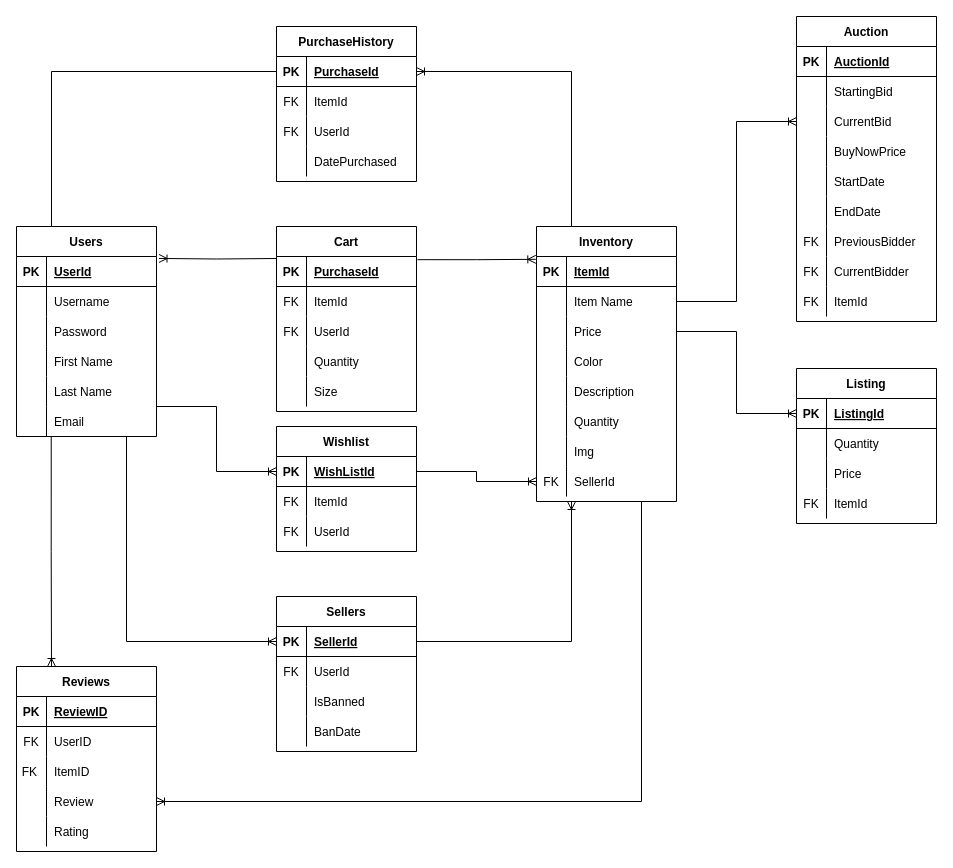
Before: Deliverable 2/Shufflewear.drawio in AlvinAlagos/E-CommerceProject, a draw.io diagram. Source tidied: cells renumbered, new cells numbered last; positions are measured from the earlier drawing's top-left corner, leaving out a move shared by most shapes. Both pictures are drawn from the tidied source at 100%, with x=0, y=0 at pixel (16, 16).
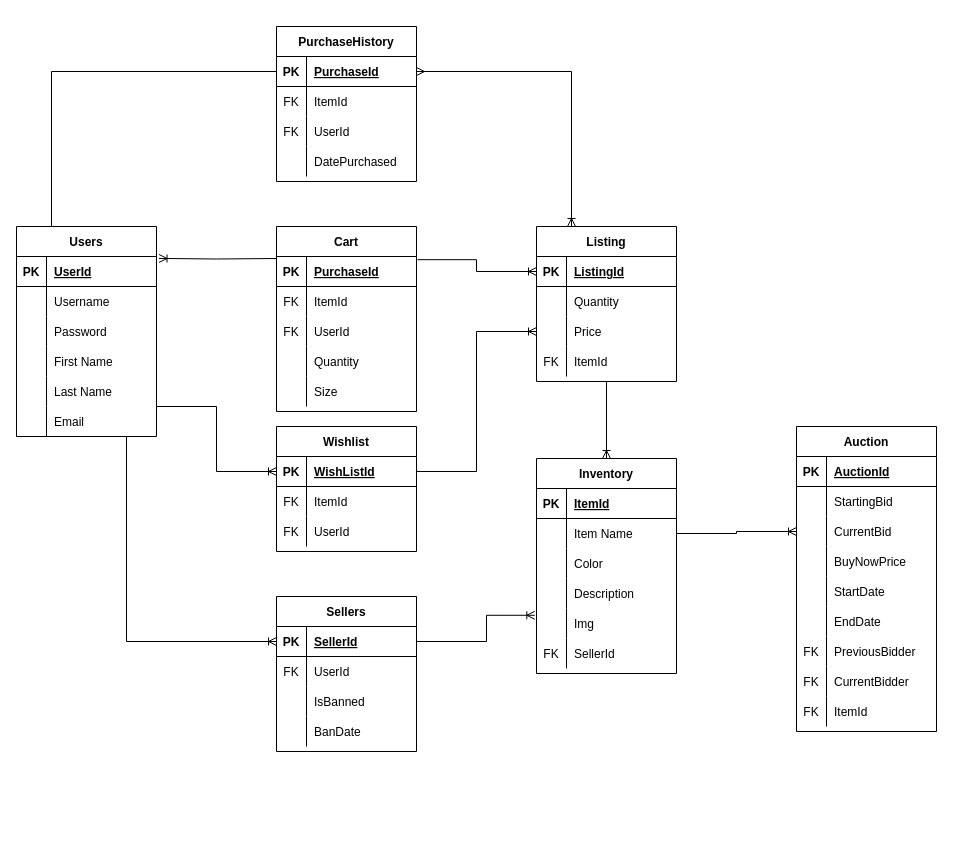
Above is the later version.

Unchanged cells that the change refers to:
```xml
<mxCell id="3" style="shape=partialRectangle;fillColor=none;points=[[0,0.5],[1,0.5]];portConstraint=eastwest;top=0;left=0;right=0;bottom=1;" parent="2" vertex="1">
  <mxGeometry y="30" width="140" height="30" as="geometry" />
</mxCell>
<mxCell id="17" style="shape=partialRectangle;fillColor=none;points=[[0,0.5],[1,0.5]];portConstraint=eastwest;top=0;left=0;right=0;bottom=1;" parent="16" vertex="1">
  <mxGeometry y="30" width="140" height="30" as="geometry" />
</mxCell>
<mxCell id="57" style="shape=partialRectangle;fillColor=none;points=[[0,0.5],[1,0.5]];portConstraint=eastwest;top=0;left=0;right=0;bottom=0;" parent="41" vertex="1">
  <mxGeometry y="180" width="140" height="30" as="geometry" />
</mxCell>
<mxCell id="63" style="shape=partialRectangle;fillColor=none;points=[[0,0.5],[1,0.5]];portConstraint=eastwest;top=0;left=0;right=0;bottom=1;" parent="62" vertex="1">
  <mxGeometry y="30" width="140" height="30" as="geometry" />
</mxCell>
<mxCell id="128" style="shape=partialRectangle;fillColor=none;points=[[0,0.5],[1,0.5]];portConstraint=eastwest;top=0;left=0;right=0;bottom=1;" parent="127" vertex="1">
  <mxGeometry y="30" width="140" height="30" as="geometry" />
</mxCell>
<mxCell id="138" style="shape=partialRectangle;fillColor=none;points=[[0,0.5],[1,0.5]];portConstraint=eastwest;top=0;left=0;right=0;bottom=1;" parent="137" vertex="1">
  <mxGeometry y="30" width="140" height="30" as="geometry" />
</mxCell>
<mxCell id="154" style="shape=partialRectangle;fillColor=none;points=[[0,0.5],[1,0.5]];portConstraint=eastwest;top=0;left=0;right=0;bottom=1;" parent="153" vertex="1">
  <mxGeometry y="30" width="140" height="30" as="geometry" />
</mxCell>
<mxCell id="160" style="shape=partialRectangle;fillColor=none;points=[[0,0.5],[1,0.5]];portConstraint=eastwest;top=0;left=0;right=0;bottom=0;" parent="153" vertex="1">
  <mxGeometry y="90" width="140" height="30" as="geometry" />
</mxCell>
```

Diff of the diagram source:
```diff
@@
-    <mxCell id="15" style="edgeStyle=orthogonalEdgeStyle;rounded=0;jettySize=auto;html=1;startArrow=none;startFill=0;endArrow=ERoneToMany;endFill=0;entryX=1;entryY=0.5;entryDx=0;entryDy=0;exitX=0.25;exitY=0;exitDx=0;exitDy=0;" parent="1" edge="1" source="16" target="138">
+    <mxCell id="15" style="edgeStyle=orthogonalEdgeStyle;rounded=0;jettySize=auto;html=1;startArrow=ERoneToMany;startFill=0;endArrow=ERmany;endFill=0;entryX=1;entryY=0.5;entryDx=0;entryDy=0;exitX=0.25;exitY=0;exitDx=0;exitDy=0;" parent="1" edge="1" source="153" target="138">
       <mxGeometry relative="1" as="geometry" />
     </mxCell>
     <mxCell id="16" value="Inventory" style="shape=table;startSize=30;childLayout=tableLayout;rowLines=0;fontStyle=1;align=center;" parent="1" vertex="1">
-      <mxGeometry x="520" y="210" width="140" height="275" as="geometry" />
+      <mxGeometry x="520" y="442" width="140" height="215" as="geometry" />
     </mxCell>
@@
-    <mxCell id="23" style="shape=partialRectangle;fillColor=none;points=[[0,0.5],[1,0.5]];portConstraint=eastwest;top=0;left=0;right=0;bottom=0;" parent="16" vertex="1">
-      <mxGeometry y="90" width="140" height="30" as="geometry" />
-    </mxCell>
-    <mxCell id="24" style="shape=partialRectangle;overflow=hidden;fillColor=none;top=0;left=0;bottom=0;right=0;" parent="23" vertex="1">
-      <mxGeometry width="30" height="30" as="geometry" />
-    </mxCell>
-    <mxCell id="25" value="Price" style="shape=partialRectangle;overflow=hidden;fillColor=none;top=0;left=0;bottom=0;right=0;align=left;spacingLeft=6;" parent="23" vertex="1">
-      <mxGeometry x="30" width="110" height="30" as="geometry" />
-    </mxCell>
     <mxCell id="26" style="shape=partialRectangle;fillColor=none;top=0;left=0;right=0;bottom=0;" parent="16" vertex="1">
-      <mxGeometry y="120" width="140" height="30" as="geometry" />
+      <mxGeometry y="90" width="140" height="30" as="geometry" />
     </mxCell>
@@
     <mxCell id="29" style="shape=partialRectangle;fillColor=none;top=0;left=0;right=0;bottom=0;" parent="16" vertex="1">
-      <mxGeometry y="150" width="140" height="30" as="geometry" />
+      <mxGeometry y="120" width="140" height="30" as="geometry" />
     </mxCell>
@@
-    <mxCell id="32" style="shape=partialRectangle;fillColor=none;top=0;left=0;right=0;bottom=0;" parent="16" vertex="1">
-      <mxGeometry y="180" width="140" height="30" as="geometry" />
-    </mxCell>
-    <mxCell id="33" style="shape=partialRectangle;overflow=hidden;fillColor=none;top=0;left=0;bottom=0;right=0;" parent="32" vertex="1">
-      <mxGeometry width="30" height="30" as="geometry" />
-    </mxCell>
-    <mxCell id="34" value="Quantity" style="shape=partialRectangle;overflow=hidden;fillColor=none;top=0;left=0;bottom=0;right=0;align=left;spacingLeft=6;" parent="32" vertex="1">
-      <mxGeometry x="30" width="110" height="30" as="geometry" />
-    </mxCell>
     <mxCell id="35" style="shape=partialRectangle;fillColor=none;points=[[0,0.5],[1,0.5]];portConstraint=eastwest;top=0;left=0;right=0;bottom=0;" parent="16" vertex="1">
-      <mxGeometry y="210" width="140" height="30" as="geometry" />
+      <mxGeometry y="150" width="140" height="30" as="geometry" />
     </mxCell>
@@
     <mxCell id="38" style="shape=partialRectangle;fillColor=none;points=[[0,0.5],[1,0.5]];portConstraint=eastwest;top=0;left=0;right=0;bottom=0;" parent="16" vertex="1">
-      <mxGeometry y="240" width="140" height="30" as="geometry" />
+      <mxGeometry y="180" width="140" height="30" as="geometry" />
     </mxCell>
@@
-    <mxCell id="61" style="edgeStyle=orthogonalEdgeStyle;rounded=0;jettySize=auto;html=1;startArrow=none;startFill=0;endArrow=ERoneToMany;endFill=0;exitX=1.007;exitY=0.106;exitDx=0;exitDy=0;entryX=-0.005;entryY=0.094;entryDx=0;entryDy=0;entryPerimeter=0;exitPerimeter=0;" parent="1" edge="1" source="63" target="17">
+    <mxCell id="61" style="edgeStyle=orthogonalEdgeStyle;rounded=0;jettySize=auto;html=1;startArrow=none;startFill=0;endArrow=ERoneToMany;endFill=0;exitX=1.007;exitY=0.106;exitDx=0;exitDy=0;exitPerimeter=0;entryX=0;entryY=0.5;entryDx=0;entryDy=0;" parent="1" edge="1" source="63" target="154">
       <mxGeometry relative="1" as="geometry" />
     </mxCell>
@@
     <mxCell id="78" value="Auction" style="shape=table;startSize=30;childLayout=tableLayout;rowLines=0;fontStyle=1;align=center;" parent="1" vertex="1">
-      <mxGeometry x="780" width="140" height="305" as="geometry" />
+      <mxGeometry x="780" y="410" width="140" height="305" as="geometry" />
     </mxCell>
@@
-    <mxCell id="106" value="Reviews" style="shape=table;startSize=30;childLayout=tableLayout;rowLines=0;fontStyle=1;align=center;" parent="1" vertex="1">
-      <mxGeometry y="650" width="140" height="185" as="geometry" />
-    </mxCell>
-    <mxCell id="107" style="shape=partialRectangle;fillColor=none;top=0;left=0;right=0;bottom=1;" parent="106" vertex="1">
-      <mxGeometry y="30" width="140" height="30" as="geometry" />
-    </mxCell>
-    <mxCell id="108" value="PK" style="shape=partialRectangle;overflow=hidden;fillColor=none;top=0;left=0;bottom=0;right=0;fontStyle=1;" parent="107" vertex="1">
-      <mxGeometry width="30" height="30" as="geometry" />
-    </mxCell>
-    <mxCell id="109" value="ReviewID" style="shape=partialRectangle;overflow=hidden;fillColor=none;top=0;left=0;bottom=0;right=0;align=left;spacingLeft=6;fontStyle=5;" parent="107" vertex="1">
-      <mxGeometry x="30" width="110" height="30" as="geometry" />
-    </mxCell>
-    <mxCell id="110" style="shape=partialRectangle;fillColor=none;top=0;left=0;right=0;bottom=0;" parent="106" vertex="1">
-      <mxGeometry y="60" width="140" height="30" as="geometry" />
-    </mxCell>
-    <mxCell id="111" value="FK" style="shape=partialRectangle;overflow=hidden;fillColor=none;top=0;left=0;bottom=0;right=0;" parent="110" vertex="1">
-      <mxGeometry width="30" height="30" as="geometry" />
-    </mxCell>
-    <mxCell id="112" value="UserID" style="shape=partialRectangle;overflow=hidden;fillColor=none;top=0;left=0;bottom=0;right=0;align=left;spacingLeft=6;" parent="110" vertex="1">
-      <mxGeometry x="30" width="110" height="30" as="geometry" />
-    </mxCell>
-    <mxCell id="113" style="shape=partialRectangle;fillColor=none;top=0;left=0;right=0;bottom=0;" parent="106" vertex="1">
-      <mxGeometry y="90" width="140" height="30" as="geometry" />
-    </mxCell>
-    <mxCell id="114" value=" FK  " style="shape=partialRectangle;overflow=hidden;fillColor=none;top=0;left=0;bottom=0;right=0;" parent="113" vertex="1">
-      <mxGeometry width="30" height="30" as="geometry" />
-    </mxCell>
-    <mxCell id="115" value="ItemID" style="shape=partialRectangle;overflow=hidden;fillColor=none;top=0;left=0;bottom=0;right=0;align=left;spacingLeft=6;" parent="113" vertex="1">
-      <mxGeometry x="30" width="110" height="30" as="geometry" />
-    </mxCell>
-    <mxCell id="116" style="shape=partialRectangle;fillColor=none;points=[[0,0.5],[1,0.5]];portConstraint=eastwest;top=0;left=0;right=0;bottom=0;" parent="106" vertex="1">
-      <mxGeometry y="120" width="140" height="30" as="geometry" />
-    </mxCell>
-    <mxCell id="117" style="shape=partialRectangle;overflow=hidden;fillColor=none;top=0;left=0;bottom=0;right=0;" parent="116" vertex="1">
-      <mxGeometry width="30" height="30" as="geometry" />
-    </mxCell>
-    <mxCell id="118" value="Review" style="shape=partialRectangle;overflow=hidden;fillColor=none;top=0;left=0;bottom=0;right=0;align=left;spacingLeft=6;" parent="116" vertex="1">
-      <mxGeometry x="30" width="110" height="30" as="geometry" />
-    </mxCell>
-    <mxCell id="119" style="shape=partialRectangle;fillColor=none;top=0;left=0;right=0;bottom=0;" parent="106" vertex="1">
-      <mxGeometry y="150" width="140" height="30" as="geometry" />
-    </mxCell>
-    <mxCell id="120" style="shape=partialRectangle;overflow=hidden;fillColor=none;top=0;left=0;bottom=0;right=0;" parent="119" vertex="1">
-      <mxGeometry width="30" height="30" as="geometry" />
-    </mxCell>
-    <mxCell id="121" value="Rating" style="shape=partialRectangle;overflow=hidden;fillColor=none;top=0;left=0;bottom=0;right=0;align=left;spacingLeft=6;" parent="119" vertex="1">
-      <mxGeometry x="30" width="110" height="30" as="geometry" />
-    </mxCell>
@@
-    <mxCell id="123" style="fontSize=12;html=1;endArrow=ERoneToMany;rounded=0;edgeStyle=orthogonalEdgeStyle;startArrow=none;exitX=1;exitY=0.5;exitDx=0;exitDy=0;entryX=0;entryY=0.5;entryDx=0;entryDy=0;" parent="1" edge="1" source="128" target="38">
+    <mxCell id="123" style="fontSize=12;html=1;endArrow=ERoneToMany;rounded=0;edgeStyle=orthogonalEdgeStyle;startArrow=none;exitX=1;exitY=0.5;exitDx=0;exitDy=0;entryX=0;entryY=0.5;entryDx=0;entryDy=0;" parent="1" edge="1" source="128" target="160">
       <mxGeometry relative="1" as="geometry" />
     </mxCell>
-    <mxCell id="124" style="edgeStyle=orthogonalEdgeStyle;fontSize=12;html=1;endArrow=ERoneToMany;rounded=0;entryX=1;entryY=0.5;entryDx=0;entryDy=0;exitX=0.75;exitY=1;exitDx=0;exitDy=0;" parent="1" edge="1" source="16" target="116">
-      <mxGeometry relative="1" as="geometry">
-        <Array as="points">
-          <mxPoint x="625" y="785" />
-        </Array>
-      </mxGeometry>
-    </mxCell>
-    <mxCell id="125" style="edgeStyle=orthogonalEdgeStyle;fontSize=12;html=1;endArrow=ERoneToMany;rounded=0;exitX=0.248;exitY=0.997;exitDx=0;exitDy=0;exitPerimeter=0;entryX=0.25;entryY=0;entryDx=0;entryDy=0;" parent="1" edge="1" source="57" target="106">
-      <mxGeometry relative="1" as="geometry" />
-    </mxCell>
@@
-    <mxCell id="151" style="edgeStyle=orthogonalEdgeStyle;rounded=0;jettySize=auto;html=1;exitX=1;exitY=0.5;exitDx=0;exitDy=0;startArrow=none;startFill=0;endArrow=ERoneToMany;endFill=0;entryX=0.25;entryY=1;entryDx=0;entryDy=0;" parent="1" edge="1" source="3" target="16">
+    <mxCell id="151" style="edgeStyle=orthogonalEdgeStyle;rounded=0;jettySize=auto;html=1;exitX=1;exitY=0.5;exitDx=0;exitDy=0;startArrow=none;startFill=0;endArrow=ERoneToMany;endFill=0;entryX=-0.012;entryY=0.226;entryDx=0;entryDy=0;entryPerimeter=0;" parent="1" edge="1" source="3" target="35">
       <mxGeometry relative="1" as="geometry">
         <Array as="points">
-          <mxPoint x="555" y="625" />
+          <mxPoint x="470" y="625" />
+          <mxPoint x="470" y="599" />
         </Array>
       </mxGeometry>
     </mxCell>
@@
     <mxCell id="153" value="Listing" style="shape=table;startSize=30;childLayout=tableLayout;rowLines=0;fontStyle=1;align=center;" parent="1" vertex="1">
-      <mxGeometry x="780" y="352" width="140" height="155" as="geometry" />
+      <mxGeometry x="520" y="210" width="140" height="155" as="geometry" />
     </mxCell>
@@
-    <mxCell id="166" style="fontSize=12;html=1;endArrow=ERoneToMany;rounded=0;exitX=1;exitY=0.5;exitDx=0;exitDy=0;entryX=0;entryY=0.5;entryDx=0;entryDy=0;edgeStyle=orthogonalEdgeStyle;" parent="1" edge="1" source="23" target="154">
+    <mxCell id="166" style="fontSize=12;html=1;endArrow=ERoneToMany;rounded=0;edgeStyle=orthogonalEdgeStyle;exitX=0.5;exitY=1;exitDx=0;exitDy=0;entryX=0.5;entryY=0;entryDx=0;entryDy=0;" parent="1" edge="1" source="153" target="16">
       <mxGeometry relative="1" as="geometry" />
     </mxCell>
```
